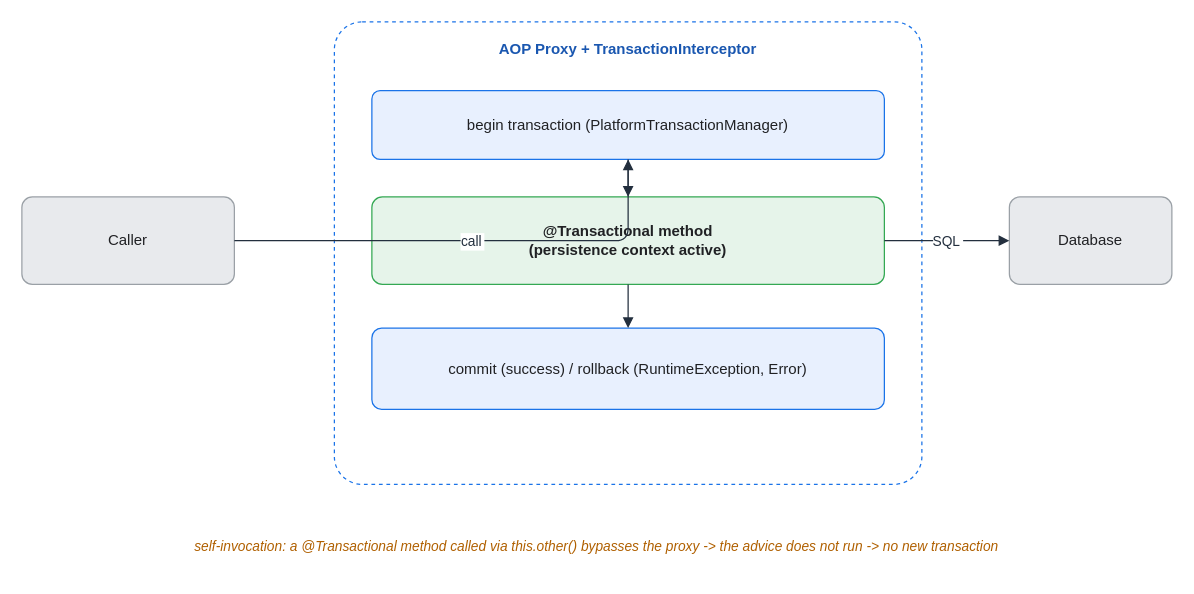
This is assets/img/spring/spring-17-transactional-proxy.drawio from KKamJi98/kkamji98.github.io, a draw.io file, before an edit. Source tidied: cells renumbered, new cells numbered last; positions are measured from the earlier drawing's top-left corner, leaving out a move shared by most shapes. Both pictures are drawn from the tidied source at 125%, with x=0, y=0 at pixel (21, 21).
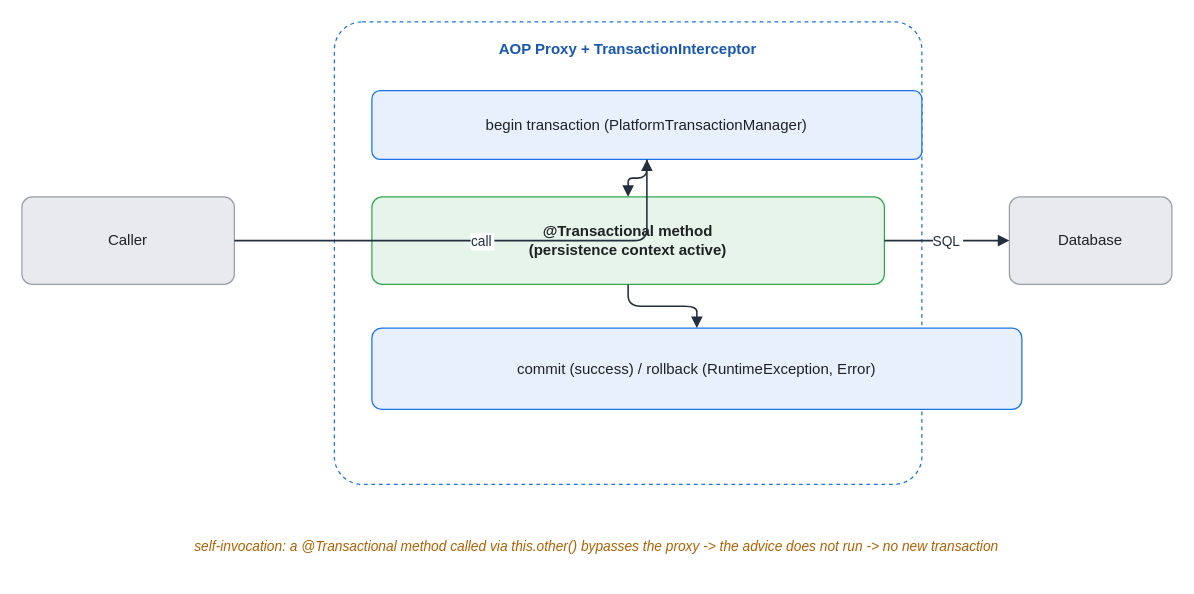
After the change.

What changed in the source:
```diff
@@
 <mxGraphModel background="#FFFFFF">
   <root>
     <mxCell id="0" />
     <mxCell id="1" parent="0" />
-    <mxCell id="2" value="Caller" style="rounded=1;whiteSpace=wrap;html=1;arcSize=12;shadow=0;fillColor=#E8EAED;strokeColor=#9AA0A6;fontColor=#202124;" parent="1" vertex="1">
+    <mxCell id="2" value="Caller" style="rounded=1;whiteSpace=wrap;html=0;arcSize=12;shadow=0;fillColor=#E8EAED;strokeColor=#9AA0A6;fontColor=#202124;" parent="1" vertex="1">
       <mxGeometry y="140" width="170" height="70" as="geometry" />
     </mxCell>
-    <mxCell id="3" value="AOP Proxy + TransactionInterceptor" style="rounded=1;whiteSpace=wrap;html=1;arcSize=6;shadow=0;fillColor=#FFFFFF;strokeColor=#1A73E8;fontColor=#1A57B0;fontStyle=1;verticalAlign=top;align=center;dashed=1;spacingTop=8;" parent="1" vertex="1">
+    <mxCell id="3" value="AOP Proxy + TransactionInterceptor" style="rounded=1;whiteSpace=wrap;html=0;arcSize=6;shadow=0;fillColor=#FFFFFF;strokeColor=#1A73E8;fontColor=#1A57B0;fontStyle=1;verticalAlign=top;align=center;dashed=1;spacingTop=8;" parent="1" vertex="1">
       <mxGeometry x="250" width="470" height="370" as="geometry" />
     </mxCell>
-    <mxCell id="4" value="begin transaction (PlatformTransactionManager)" style="rounded=1;whiteSpace=wrap;html=1;arcSize=12;shadow=0;fillColor=#E8F0FE;strokeColor=#1A73E8;fontColor=#202124;" parent="1" vertex="1">
-      <mxGeometry x="280" y="55" width="410" height="55" as="geometry" />
+    <mxCell id="4" value="begin transaction (PlatformTransactionManager)" style="rounded=1;whiteSpace=wrap;html=0;arcSize=12;shadow=0;fillColor=#E8F0FE;strokeColor=#1A73E8;fontColor=#202124;" parent="1" vertex="1">
+      <mxGeometry x="280" y="55" width="440" height="55" as="geometry" />
     </mxCell>
-    <mxCell id="5" value="@Transactional method&#10;(persistence context active)" style="rounded=1;whiteSpace=wrap;html=1;arcSize=12;shadow=0;fillColor=#E6F4EA;strokeColor=#34A853;fontColor=#202124;fontStyle=1;" parent="1" vertex="1">
+    <mxCell id="5" value="@Transactional method&#10;(persistence context active)" style="rounded=1;whiteSpace=wrap;html=0;arcSize=12;shadow=0;fillColor=#E6F4EA;strokeColor=#34A853;fontColor=#202124;fontStyle=1;" parent="1" vertex="1">
       <mxGeometry x="280" y="140" width="410" height="70" as="geometry" />
     </mxCell>
-    <mxCell id="6" value="commit (success)  /  rollback (RuntimeException, Error)" style="rounded=1;whiteSpace=wrap;html=1;arcSize=12;shadow=0;fillColor=#E8F0FE;strokeColor=#1A73E8;fontColor=#202124;" parent="1" vertex="1">
-      <mxGeometry x="280" y="245" width="410" height="65" as="geometry" />
+    <mxCell id="6" value="commit (success)  /  rollback (RuntimeException, Error)" style="rounded=1;whiteSpace=wrap;html=0;arcSize=12;shadow=0;fillColor=#E8F0FE;strokeColor=#1A73E8;fontColor=#202124;" parent="1" vertex="1">
+      <mxGeometry x="280" y="245" width="520" height="65" as="geometry" />
     </mxCell>
-    <mxCell id="7" value="Database" style="rounded=1;whiteSpace=wrap;html=1;arcSize=12;shadow=0;fillColor=#E8EAED;strokeColor=#9AA0A6;fontColor=#202124;" parent="1" vertex="1">
+    <mxCell id="7" value="Database" style="rounded=1;whiteSpace=wrap;html=0;arcSize=12;shadow=0;fillColor=#E8EAED;strokeColor=#9AA0A6;fontColor=#202124;" parent="1" vertex="1">
       <mxGeometry x="790" y="140" width="130" height="70" as="geometry" />
     </mxCell>
-    <mxCell id="8" value="self-invocation: a @Transactional method called via this.other() bypasses the proxy -&gt; the advice does not run -&gt; no new transaction" style="text;html=1;align=center;verticalAlign=middle;whiteSpace=wrap;fontSize=11;fontColor=#B06000;fontStyle=2;" parent="1" vertex="1">
+    <mxCell id="8" value="self-invocation: a @Transactional method called via this.other() bypasses the proxy -&gt; the advice does not run -&gt; no new transaction" style="text;html=0;align=center;verticalAlign=middle;whiteSpace=wrap;fontSize=11;fontColor=#B06000;fontStyle=2;" parent="1" vertex="1">
       <mxGeometry x="10" y="400" width="900" height="40" as="geometry" />
     </mxCell>
-    <mxCell id="9" value="call" style="edgeStyle=orthogonalEdgeStyle;rounded=1;html=0;endArrow=block;strokeColor=#232F3E;fontColor=#232F3E;labelBackgroundColor=#FFFFFF;" parent="1" edge="1" source="2" target="4">
+    <mxCell id="9" value="call" style="edgeStyle=orthogonalEdgeStyle;rounded=1;html=0;endArrow=block;strokeColor=#232F3E;fontColor=#232F3E;labelBackgroundColor=#FFFFFF;strokeWidth=1.25;" parent="1" edge="1" source="2" target="4">
       <mxGeometry relative="1" as="geometry" />
     </mxCell>
-    <mxCell id="10" style="edgeStyle=orthogonalEdgeStyle;rounded=1;html=1;endArrow=block;strokeColor=#232F3E;" parent="1" edge="1" source="4" target="5">
+    <mxCell id="10" style="edgeStyle=orthogonalEdgeStyle;rounded=1;html=0;endArrow=block;strokeColor=#232F3E;strokeWidth=1.25;" parent="1" edge="1" source="4" target="5">
       <mxGeometry relative="1" as="geometry" />
     </mxCell>
-    <mxCell id="11" style="edgeStyle=orthogonalEdgeStyle;rounded=1;html=1;endArrow=block;strokeColor=#232F3E;" parent="1" edge="1" source="5" target="6">
+    <mxCell id="11" style="edgeStyle=orthogonalEdgeStyle;rounded=1;html=0;endArrow=block;strokeColor=#232F3E;strokeWidth=1.25;" parent="1" edge="1" source="5" target="6">
       <mxGeometry relative="1" as="geometry" />
     </mxCell>
-    <mxCell id="12" value="SQL" style="edgeStyle=orthogonalEdgeStyle;rounded=1;html=0;endArrow=block;strokeColor=#232F3E;fontColor=#232F3E;labelBackgroundColor=#FFFFFF;" parent="1" edge="1" source="5" target="7">
+    <mxCell id="12" value="SQL" style="edgeStyle=orthogonalEdgeStyle;rounded=1;html=0;endArrow=block;strokeColor=#232F3E;fontColor=#232F3E;labelBackgroundColor=#FFFFFF;strokeWidth=1.25;" parent="1" edge="1" source="5" target="7">
       <mxGeometry relative="1" as="geometry" />
     </mxCell>
   </root>
 </mxGraphModel>
```
